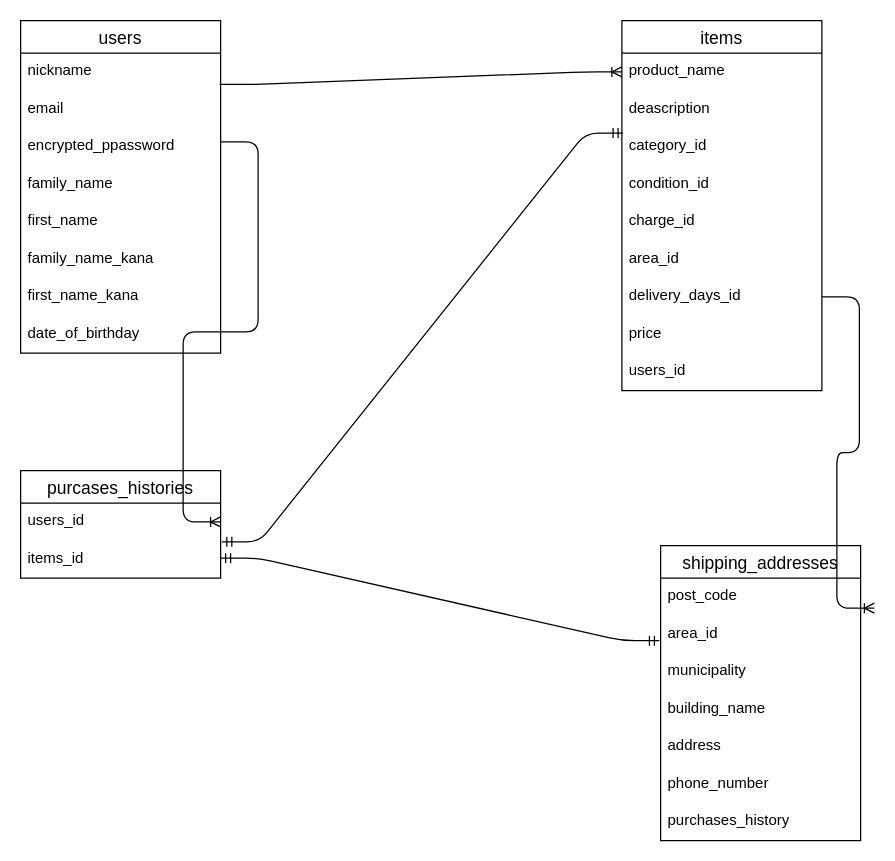
Before: furima.dio in hongotakahiro/furima-38360, a draw.io diagram. Source tidied: cells renumbered, new cells numbered last; positions are measured from the earlier drawing's top-left corner, leaving out a move shared by most shapes. Both pictures are drawn from the tidied source at 125%, with x=0, y=0 at pixel (20, 20).
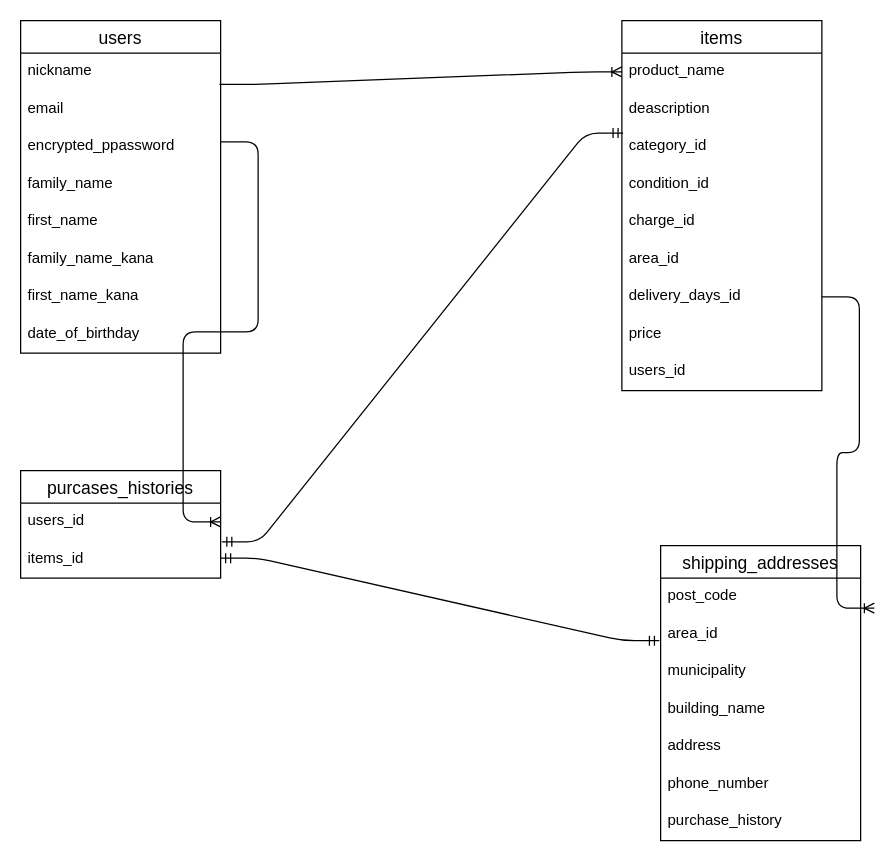
The same page after the edit.

Commit message (it also covers changes not shown here):
テーブル設計　修正５

Unchanged cells that the change refers to:
```xml
<mxCell id="24" value="shipping_addresses" style="swimlane;fontStyle=0;horizontal=1;startSize=26;align=center;fontSize=14;" parent="1" vertex="1">
  <mxGeometry x="512" y="420" width="160" height="236" as="geometry" />
</mxCell>
```

Diff of the diagram source:
```diff
@@
-    <mxCell id="31" value="purchases_history" style="text;strokeColor=none;fillColor=none;spacingLeft=4;spacingRight=4;overflow=hidden;fontSize=12;" parent="24" vertex="1">
+    <mxCell id="31" value="purchase_history" style="text;strokeColor=none;fillColor=none;spacingLeft=4;spacingRight=4;overflow=hidden;fontSize=12;" parent="24" vertex="1">
       <mxGeometry y="206" width="160" height="30" as="geometry" />
     </mxCell>
```
